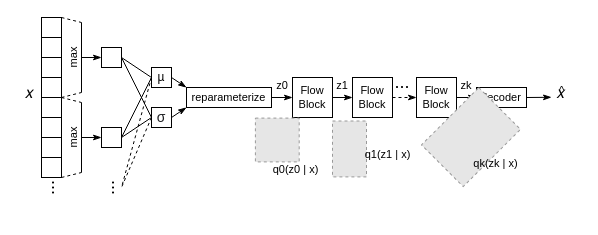
Before: images/arch/architecture.drawio in bbyiringiro/Advanced-Topics-in-Machine-Learning-ATML_HT22--Flows, a draw.io diagram. Source tidied: cells renumbered, new cells numbered last; positions are measured from the earlier drawing's top-left corner, leaving out a move shared by most shapes. Both pictures are drawn from the tidied source at 100%, with x=0, y=0 at pixel (17, 17). Pictures stored in the file or linked from it are replaced by grey dashed boxes.
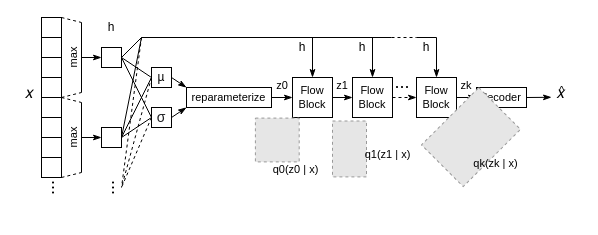
Above is the later version.

Commit message (it also covers changes not shown here):
Update architecture diagram

The change refers to these unchanged cells:
```xml
<mxCell id="14" style="group;" parent="13" vertex="1">
  <mxGeometry x="25" width="40" height="70" as="geometry" />
</mxCell>
<mxCell id="16" style="rounded=0;whiteSpace=wrap;html=1;" parent="14" vertex="1">
  <mxGeometry x="20" y="25" width="20" height="20" as="geometry" />
</mxCell>
<mxCell id="24" style="rounded=0;whiteSpace=wrap;html=1;" parent="22" vertex="1">
  <mxGeometry x="20" y="25" width="20" height="20" as="geometry" />
</mxCell>
<mxCell id="41" value="Flow&lt;br&gt;Block" style="rounded=0;whiteSpace=wrap;html=1;fontSize=11;" parent="1" vertex="1">
  <mxGeometry x="275" y="60" width="40" height="40" as="geometry" />
</mxCell>
<mxCell id="43" value="Flow&lt;br&gt;Block" style="rounded=0;whiteSpace=wrap;html=1;fontSize=11;" parent="1" vertex="1">
  <mxGeometry x="335" y="60" width="40" height="40" as="geometry" />
</mxCell>
<mxCell id="45" value="Flow&lt;br&gt;Block" style="rounded=0;whiteSpace=wrap;html=1;fontSize=11;" parent="1" vertex="1">
  <mxGeometry x="399" y="60" width="40" height="40" as="geometry" />
</mxCell>
```

What changed in the source:
```diff
@@
+    <mxCell id="65" value="h" style="text;html=1;strokeColor=none;fillColor=none;align=center;verticalAlign=middle;whiteSpace=wrap;rounded=0;" parent="14" vertex="1">
+      <mxGeometry x="20" y="-5" width="20" height="20" as="geometry" />
+    </mxCell>
@@
+    <mxCell id="66" style="edgeStyle=none;rounded=0;jettySize=auto;html=1;exitX=0.5;exitY=0;exitDx=0;exitDy=0;endArrow=none;endFill=0;startArrow=classicThin;startFill=1;" parent="1" edge="1" source="41">
+      <mxGeometry relative="1" as="geometry">
+        <mxPoint x="295" y="20" as="targetPoint" />
+      </mxGeometry>
+    </mxCell>
@@
+    <mxCell id="67" style="edgeStyle=none;rounded=0;jettySize=auto;html=1;exitX=0.5;exitY=0;exitDx=0;exitDy=0;startArrow=classicThin;startFill=1;endArrow=none;endFill=0;" parent="1" edge="1" source="43">
+      <mxGeometry relative="1" as="geometry">
+        <mxPoint x="355" y="20" as="targetPoint" />
+      </mxGeometry>
+    </mxCell>
@@
+    <mxCell id="68" style="edgeStyle=none;rounded=0;jettySize=auto;html=1;exitX=0.5;exitY=0;exitDx=0;exitDy=0;startArrow=classicThin;startFill=1;endArrow=none;endFill=0;" parent="1" edge="1" source="45">
+      <mxGeometry relative="1" as="geometry">
+        <mxPoint x="419" y="20" as="targetPoint" />
+      </mxGeometry>
+    </mxCell>
@@
+    <mxCell id="69" style="rounded=0;jettySize=auto;html=1;exitX=1;exitY=0.5;exitDx=0;exitDy=0;endArrow=none;endFill=0;" parent="1" edge="1" source="16">
+      <mxGeometry relative="1" as="geometry">
+        <mxPoint x="124" y="20" as="targetPoint" />
+      </mxGeometry>
+    </mxCell>
+    <mxCell id="70" style="edgeStyle=none;rounded=0;jettySize=auto;html=1;exitX=1;exitY=0.5;exitDx=0;exitDy=0;endArrow=none;endFill=0;" parent="1" edge="1" source="24">
+      <mxGeometry relative="1" as="geometry">
+        <mxPoint x="124" y="20" as="targetPoint" />
+      </mxGeometry>
+    </mxCell>
+    <mxCell id="71" style="edgeStyle=none;rounded=0;orthogonalLoop=1;jettySize=auto;html=1;dashed=1;fontSize=11;fontColor=#000000;startArrow=none;startFill=0;endArrow=none;endFill=0;strokeWidth=1;" parent="1" edge="1">
+      <mxGeometry relative="1" as="geometry">
+        <mxPoint x="124" y="20" as="sourcePoint" />
+        <mxPoint x="104" y="170" as="targetPoint" />
+      </mxGeometry>
+    </mxCell>
+    <mxCell id="72" style="endArrow=none;html=1;rounded=0;" parent="1" edge="1">
+      <mxGeometry relative="1" as="geometry">
+        <mxPoint x="124" y="20" as="sourcePoint" />
+        <mxPoint x="374" y="20" as="targetPoint" />
+      </mxGeometry>
+    </mxCell>
+    <mxCell id="73" value="h" style="text;html=1;strokeColor=none;fillColor=none;align=center;verticalAlign=middle;whiteSpace=wrap;rounded=0;" parent="1" vertex="1">
+      <mxGeometry x="275" y="20" width="20" height="20" as="geometry" />
+    </mxCell>
+    <mxCell id="74" value="h" style="text;html=1;strokeColor=none;fillColor=none;align=center;verticalAlign=middle;whiteSpace=wrap;rounded=0;" parent="1" vertex="1">
+      <mxGeometry x="335" y="20" width="20" height="20" as="geometry" />
+    </mxCell>
+    <mxCell id="75" value="h" style="text;html=1;strokeColor=none;fillColor=none;align=center;verticalAlign=middle;whiteSpace=wrap;rounded=0;" parent="1" vertex="1">
+      <mxGeometry x="399" y="20" width="20" height="20" as="geometry" />
+    </mxCell>
+    <mxCell id="76" style="endArrow=none;html=1;rounded=0;entryX=1;entryY=0;entryDx=0;entryDy=0;" parent="1" edge="1" target="75">
+      <mxGeometry relative="1" as="geometry">
+        <mxPoint x="399" y="20" as="sourcePoint" />
+      </mxGeometry>
+    </mxCell>
+    <mxCell id="77" style="endArrow=none;dashed=1;html=1;rounded=0;" parent="1" edge="1">
+      <mxGeometry relative="1" as="geometry">
+        <mxPoint x="374" y="20" as="sourcePoint" />
+        <mxPoint x="399" y="20" as="targetPoint" />
+      </mxGeometry>
+    </mxCell>
```
